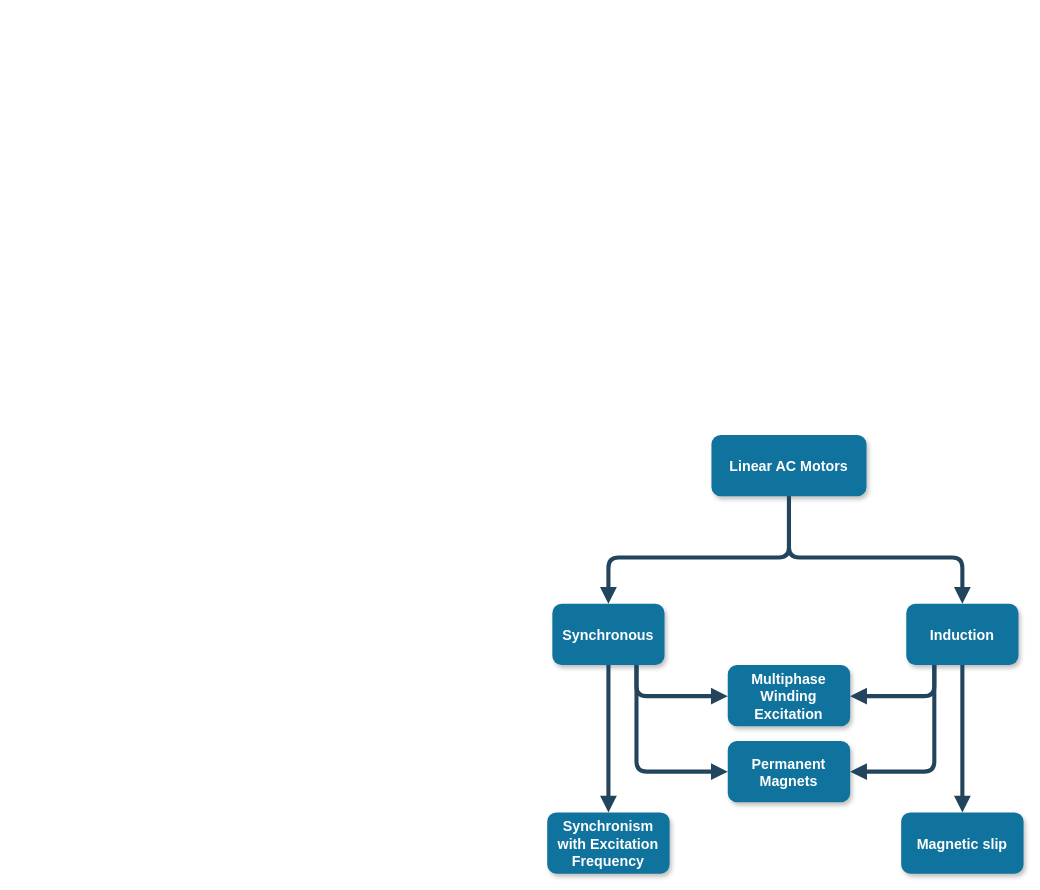
Before: SupportingDocs/Diagrams/Motors.drawio in MichaelThamm/masters-thesis, a draw.io diagram. Source tidied: cells renumbered, new cells numbered last; positions are measured from the earlier drawing's top-left corner, leaving out a move shared by most shapes. Both pictures are drawn from the tidied source at 102%, with x=0, y=0 at pixel (531, 435).
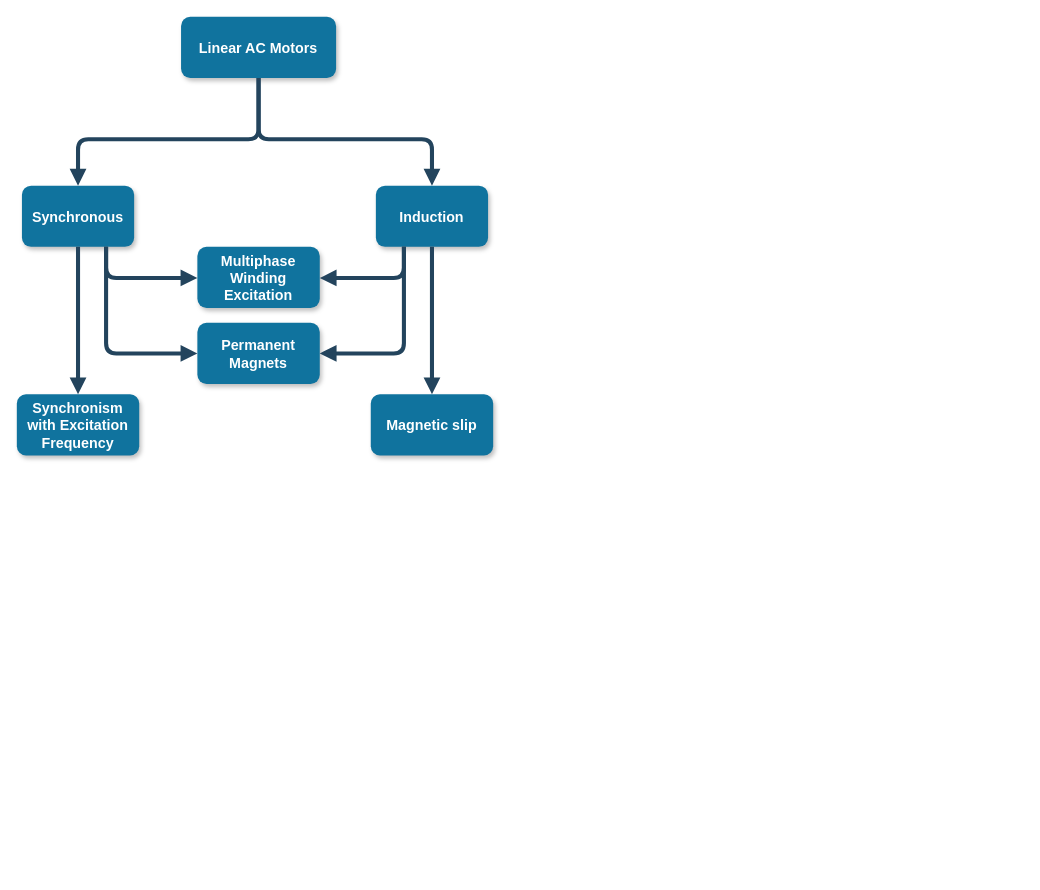
Above is the later version.

Diff of the diagram source:
```diff
@@
+    <mxCell id="17" style="group;" parent="1" vertex="1">
+      <mxGeometry x="-520" y="-410" width="545" height="430" as="geometry" />
+    </mxCell>
-    <mxCell id="2" value="Linear AC Motors" style="rounded=1;fillColor=#10739E;strokeColor=none;shadow=1;gradientColor=none;fontStyle=1;fontColor=#FFFFFF;fontSize=14;" parent="1" vertex="1">
+    <mxCell id="2" value="Linear AC Motors" style="rounded=1;fillColor=#10739E;strokeColor=none;shadow=1;gradientColor=none;fontStyle=1;fontColor=#FFFFFF;fontSize=14;" parent="17" vertex="1">
       <mxGeometry x="176" width="152" height="60" as="geometry" />
     </mxCell>
-    <mxCell id="3" value="Synchronous" style="rounded=1;fillColor=#10739E;strokeColor=none;shadow=1;gradientColor=none;fontStyle=1;fontColor=#FFFFFF;fontSize=14;" parent="1" vertex="1">
+    <mxCell id="3" value="Synchronous" style="rounded=1;fillColor=#10739E;strokeColor=none;shadow=1;gradientColor=none;fontStyle=1;fontColor=#FFFFFF;fontSize=14;" parent="17" vertex="1">
       <mxGeometry x="20" y="165.5" width="110" height="60" as="geometry" />
     </mxCell>
-    <mxCell id="4" value="Synchronism&#10;with Excitation&#10;Frequency" style="rounded=1;fillColor=#10739E;strokeColor=none;shadow=1;gradientColor=none;fontStyle=1;fontColor=#FFFFFF;fontSize=14;" parent="1" vertex="1">
+    <mxCell id="4" value="Synchronism&#10;with Excitation&#10;Frequency" style="rounded=1;fillColor=#10739E;strokeColor=none;shadow=1;gradientColor=none;fontStyle=1;fontColor=#FFFFFF;fontSize=14;" parent="17" vertex="1">
       <mxGeometry x="15" y="370" width="120" height="60" as="geometry" />
     </mxCell>
-    <mxCell id="5" value="Permanent&#10;Magnets" style="rounded=1;fillColor=#10739E;strokeColor=none;shadow=1;gradientColor=none;fontStyle=1;fontColor=#FFFFFF;fontSize=14;" parent="1" vertex="1">
+    <mxCell id="5" value="Permanent&#10;Magnets" style="rounded=1;fillColor=#10739E;strokeColor=none;shadow=1;gradientColor=none;fontStyle=1;fontColor=#FFFFFF;fontSize=14;" parent="17" vertex="1">
       <mxGeometry x="192" y="300" width="120" height="60" as="geometry" />
     </mxCell>
-    <mxCell id="6" value="Magnetic slip" style="rounded=1;fillColor=#10739E;strokeColor=none;shadow=1;gradientColor=none;fontStyle=1;fontColor=#FFFFFF;fontSize=14;" parent="1" vertex="1">
+    <mxCell id="6" value="Magnetic slip" style="rounded=1;fillColor=#10739E;strokeColor=none;shadow=1;gradientColor=none;fontStyle=1;fontColor=#FFFFFF;fontSize=14;" parent="17" vertex="1">
       <mxGeometry x="362" y="370" width="120" height="60" as="geometry" />
     </mxCell>
-    <mxCell id="7" style="edgeStyle=elbowEdgeStyle;elbow=vertical;strokeWidth=4;endArrow=block;endFill=1;fontStyle=1;strokeColor=#23445D;exitX=0.5;exitY=1;exitDx=0;exitDy=0;labelBackgroundColor=default;fontColor=default;entryX=0.5;entryY=0;entryDx=0;entryDy=0;" parent="1" edge="1" source="2" target="3">
-      <mxGeometry x="22" y="165.5" as="geometry">
+    <mxCell id="7" style="edgeStyle=elbowEdgeStyle;elbow=vertical;strokeWidth=4;endArrow=block;endFill=1;fontStyle=1;strokeColor=#23445D;exitX=0.5;exitY=1;exitDx=0;exitDy=0;labelBackgroundColor=default;fontColor=default;entryX=0.5;entryY=0;entryDx=0;entryDy=0;" parent="17" edge="1" source="2" target="3">
+      <mxGeometry x="-498" y="-244.5" as="geometry">
         <Array as="points">
           <mxPoint x="110" y="120" />
           <mxPoint y="30" />
         </Array>
       </mxGeometry>
     </mxCell>
-    <mxCell id="8" style="edgeStyle=elbowEdgeStyle;elbow=vertical;strokeWidth=4;endArrow=block;endFill=1;fontStyle=1;strokeColor=#23445D;exitX=0.5;exitY=1;exitDx=0;exitDy=0;entryX=0.5;entryY=0;entryDx=0;entryDy=0;" parent="1" edge="1" source="3" target="4">
-      <mxGeometry x="262" y="285.5" as="geometry">
+    <mxCell id="8" style="edgeStyle=elbowEdgeStyle;elbow=vertical;strokeWidth=4;endArrow=block;endFill=1;fontStyle=1;strokeColor=#23445D;exitX=0.5;exitY=1;exitDx=0;exitDy=0;entryX=0.5;entryY=0;entryDx=0;entryDy=0;" parent="17" edge="1" source="3" target="4">
+      <mxGeometry x="-258" y="-124.5" as="geometry">
         <Array as="points">
           <mxPoint x="90" y="280" />
           <mxPoint x="100" y="280" />
           <mxPoint x="140" y="280" />
         </Array>
       </mxGeometry>
     </mxCell>
-    <mxCell id="9" value="Induction" style="rounded=1;fillColor=#10739E;strokeColor=none;shadow=1;gradientColor=none;fontStyle=1;fontColor=#FFFFFF;fontSize=14;" parent="1" vertex="1">
+    <mxCell id="9" value="Induction" style="rounded=1;fillColor=#10739E;strokeColor=none;shadow=1;gradientColor=none;fontStyle=1;fontColor=#FFFFFF;fontSize=14;" parent="17" vertex="1">
       <mxGeometry x="367" y="165.5" width="110" height="60" as="geometry" />
     </mxCell>
-    <mxCell id="10" style="edgeStyle=elbowEdgeStyle;elbow=vertical;strokeWidth=4;endArrow=block;endFill=1;fontStyle=1;strokeColor=#23445D;exitX=0.5;exitY=1;exitDx=0;exitDy=0;entryX=0.5;entryY=0;entryDx=0;entryDy=0;" parent="1" edge="1" source="2" target="9">
-      <mxGeometry x="22" y="165.5" as="geometry">
+    <mxCell id="10" style="edgeStyle=elbowEdgeStyle;elbow=vertical;strokeWidth=4;endArrow=block;endFill=1;fontStyle=1;strokeColor=#23445D;exitX=0.5;exitY=1;exitDx=0;exitDy=0;entryX=0.5;entryY=0;entryDx=0;entryDy=0;" parent="17" edge="1" source="2" target="9">
+      <mxGeometry x="-498" y="-244.5" as="geometry">
         <Array as="points">
           <mxPoint x="350" y="120" />
         </Array>
       </mxGeometry>
     </mxCell>
-    <mxCell id="11" style="edgeStyle=elbowEdgeStyle;elbow=vertical;strokeWidth=4;endArrow=block;endFill=1;fontStyle=1;strokeColor=#23445D;exitX=0.5;exitY=1;exitDx=0;exitDy=0;entryX=0.5;entryY=0;entryDx=0;entryDy=0;" parent="1" edge="1" source="9" target="6">
-      <mxGeometry x="367" y="200" as="geometry">
+    <mxCell id="11" style="edgeStyle=elbowEdgeStyle;elbow=vertical;strokeWidth=4;endArrow=block;endFill=1;fontStyle=1;strokeColor=#23445D;exitX=0.5;exitY=1;exitDx=0;exitDy=0;entryX=0.5;entryY=0;entryDx=0;entryDy=0;" parent="17" edge="1" source="9" target="6">
+      <mxGeometry x="-153" y="-210" as="geometry">
         <Array as="points">
           <mxPoint x="460" y="294.5" />
           <mxPoint x="480" y="274.5" />
           <mxPoint x="460" y="294.5" />
           <mxPoint x="525" y="224.5" />
         </Array>
       </mxGeometry>
     </mxCell>
-    <mxCell id="12" value="Multiphase&#10;Winding&#10;Excitation" style="rounded=1;fillColor=#10739E;strokeColor=none;shadow=1;gradientColor=none;fontStyle=1;fontColor=#FFFFFF;fontSize=14;" parent="1" vertex="1">
+    <mxCell id="12" value="Multiphase&#10;Winding&#10;Excitation" style="rounded=1;fillColor=#10739E;strokeColor=none;shadow=1;gradientColor=none;fontStyle=1;fontColor=#FFFFFF;fontSize=14;" parent="17" vertex="1">
       <mxGeometry x="192" y="225.5" width="120" height="60" as="geometry" />
     </mxCell>
-    <mxCell id="13" style="edgeStyle=elbowEdgeStyle;elbow=vertical;strokeWidth=4;endArrow=block;endFill=1;fontStyle=1;strokeColor=#23445D;exitX=0.25;exitY=1;exitDx=0;exitDy=0;entryX=1;entryY=0.5;entryDx=0;entryDy=0;" parent="1" edge="1" source="9" target="12">
-      <mxGeometry x="377" y="210" as="geometry">
+    <mxCell id="13" style="edgeStyle=elbowEdgeStyle;elbow=vertical;strokeWidth=4;endArrow=block;endFill=1;fontStyle=1;strokeColor=#23445D;exitX=0.25;exitY=1;exitDx=0;exitDy=0;entryX=1;entryY=0.5;entryDx=0;entryDy=0;" parent="17" edge="1" source="9" target="12">
+      <mxGeometry x="-143" y="-200" as="geometry">
         <Array as="points">
           <mxPoint x="340" y="256" />
           <mxPoint x="490" y="284.5" />
           <mxPoint x="470" y="304.5" />
           <mxPoint x="535" y="234.5" />
         </Array>
       </mxGeometry>
     </mxCell>
-    <mxCell id="14" style="edgeStyle=elbowEdgeStyle;elbow=vertical;strokeWidth=4;endArrow=block;endFill=1;fontStyle=1;strokeColor=#23445D;exitX=0.25;exitY=1;exitDx=0;exitDy=0;entryX=1;entryY=0.5;entryDx=0;entryDy=0;" parent="1" edge="1" source="9" target="5">
-      <mxGeometry x="387" y="220" as="geometry">
+    <mxCell id="14" style="edgeStyle=elbowEdgeStyle;elbow=vertical;strokeWidth=4;endArrow=block;endFill=1;fontStyle=1;strokeColor=#23445D;exitX=0.25;exitY=1;exitDx=0;exitDy=0;entryX=1;entryY=0.5;entryDx=0;entryDy=0;" parent="17" edge="1" source="9" target="5">
+      <mxGeometry x="-133" y="-190" as="geometry">
         <Array as="points">
           <mxPoint x="350" y="330" />
           <mxPoint x="500" y="294.5" />
           <mxPoint x="480" y="314.5" />
           <mxPoint x="545" y="244.5" />
         </Array>
       </mxGeometry>
     </mxCell>
-    <mxCell id="15" style="edgeStyle=elbowEdgeStyle;elbow=vertical;strokeWidth=4;endArrow=block;endFill=1;fontStyle=1;strokeColor=#23445D;exitX=0.75;exitY=1;exitDx=0;exitDy=0;entryX=0;entryY=0.5;entryDx=0;entryDy=0;" parent="1" edge="1" source="3" target="12">
-      <mxGeometry x="272" y="295.5" as="geometry">
+    <mxCell id="15" style="edgeStyle=elbowEdgeStyle;elbow=vertical;strokeWidth=4;endArrow=block;endFill=1;fontStyle=1;strokeColor=#23445D;exitX=0.75;exitY=1;exitDx=0;exitDy=0;entryX=0;entryY=0.5;entryDx=0;entryDy=0;" parent="17" edge="1" source="3" target="12">
+      <mxGeometry x="-248" y="-114.5" as="geometry">
         <Array as="points">
           <mxPoint x="150" y="256" />
           <mxPoint x="110" y="290" />
           <mxPoint x="150" y="290" />
         </Array>
       </mxGeometry>
     </mxCell>
-    <mxCell id="16" style="edgeStyle=elbowEdgeStyle;elbow=vertical;strokeWidth=4;endArrow=block;endFill=1;fontStyle=1;strokeColor=#23445D;exitX=0.75;exitY=1;exitDx=0;exitDy=0;entryX=0;entryY=0.5;entryDx=0;entryDy=0;" parent="1" edge="1" source="3" target="5">
-      <mxGeometry x="282" y="305.5" as="geometry">
+    <mxCell id="16" style="edgeStyle=elbowEdgeStyle;elbow=vertical;strokeWidth=4;endArrow=block;endFill=1;fontStyle=1;strokeColor=#23445D;exitX=0.75;exitY=1;exitDx=0;exitDy=0;entryX=0;entryY=0.5;entryDx=0;entryDy=0;" parent="17" edge="1" source="3" target="5">
+      <mxGeometry x="-238" y="-104.5" as="geometry">
         <Array as="points">
           <mxPoint x="130" y="330" />
           <mxPoint x="120" y="300" />
           <mxPoint x="160" y="300" />
         </Array>
       </mxGeometry>
     </mxCell>
```
